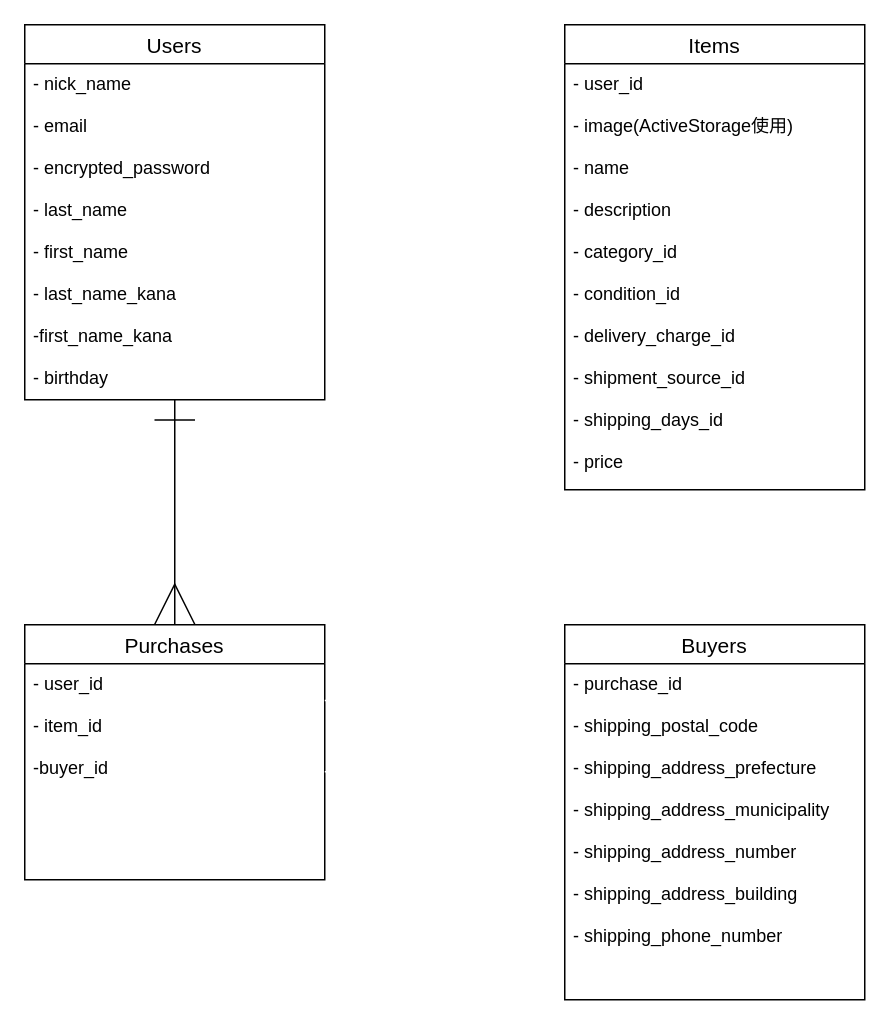
This is furima-34745.dio from saotome88/furima-34745, a draw.io file, before an edit. Source tidied: cells renumbered, new cells numbered last; positions are measured from the earlier drawing's top-left corner, leaving out a move shared by most shapes. Both pictures are drawn from the tidied source at 150%, with x=0, y=0 at pixel (24, 24).
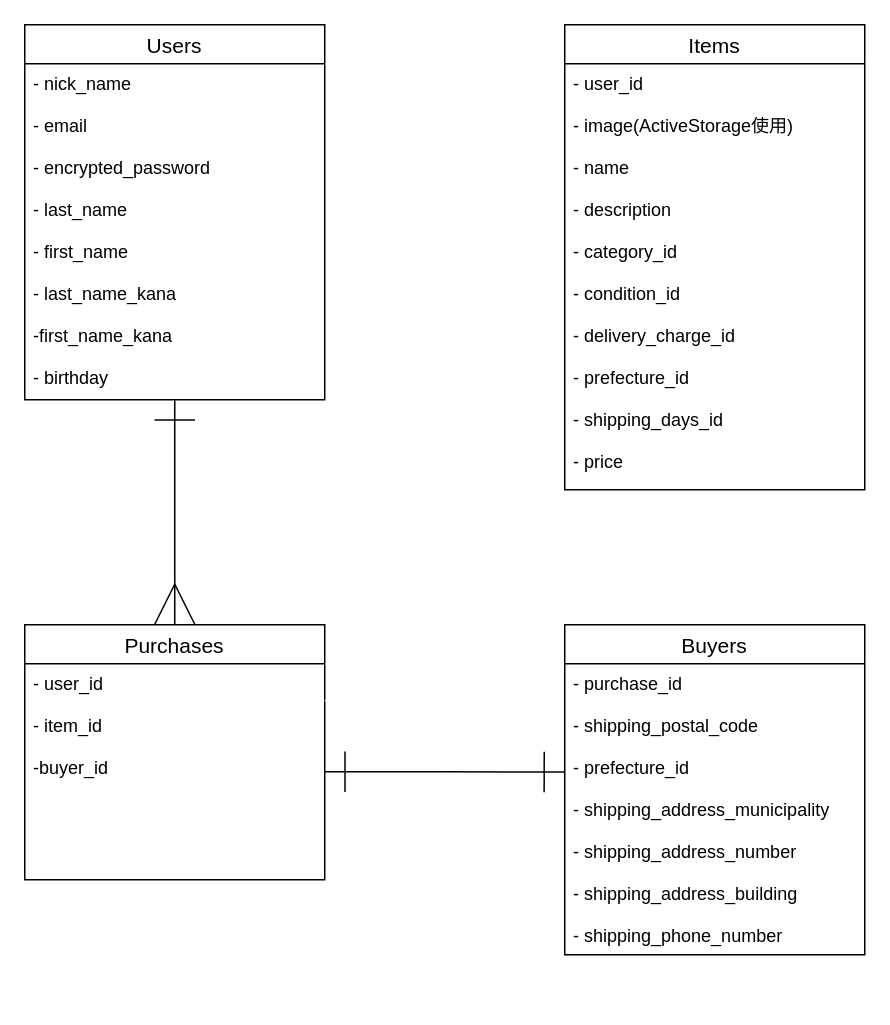
Above is the later version.

Commit message (it also covers changes not shown here):
データベース設計_修正2

What changed in the source:
```diff
@@
 <mxGraphModel>
   <root>
     <mxCell id="0" />
     <mxCell id="1" parent="0" />
     <mxCell id="2" style="edgeStyle=orthogonalEdgeStyle;rounded=0;jettySize=auto;html=1;exitX=-0.01;exitY=0.265;exitDx=0;exitDy=0;entryX=1.015;entryY=0.332;entryDx=0;entryDy=0;entryPerimeter=0;exitPerimeter=0;strokeWidth=1;endArrow=ERone;endFill=0;jumpSize=6;strokeColor=#FFFFFF;endSize=25;startSize=25;startArrow=ERmany;startFill=0;" parent="1" edge="1" source="4" target="11">
       <mxGeometry relative="1" as="geometry" />
     </mxCell>
     <mxCell id="3" value="Items" style="swimlane;fontStyle=0;horizontal=1;startSize=26;align=center;fontSize=14;" parent="1" vertex="1">
       <mxGeometry x="360" width="200" height="310" as="geometry" />
     </mxCell>
-    <mxCell id="4" value="- user_id&#10;&#10;- image(ActiveStorage使用)&#10;&#10;- name&#10;&#10;- description&#10;&#10;- category_id&#10;&#10;- condition_id&#10;&#10;- delivery_charge_id&#10;&#10;- shipment_source_id&#10;&#10;- shipping_days_id&#10;&#10;- price" style="text;strokeColor=none;fillColor=none;spacingLeft=4;spacingRight=4;overflow=hidden;points=[[0,0.5],[1,0.5]];portConstraint=eastwest;fontSize=12;" parent="3" vertex="1">
+    <mxCell id="4" value="- user_id&#10;&#10;- image(ActiveStorage使用)&#10;&#10;- name&#10;&#10;- description&#10;&#10;- category_id&#10;&#10;- condition_id&#10;&#10;- delivery_charge_id&#10;&#10;- prefecture_id&#10;&#10;- shipping_days_id&#10;&#10;- price" style="text;strokeColor=none;fillColor=none;spacingLeft=4;spacingRight=4;overflow=hidden;points=[[0,0.5],[1,0.5]];portConstraint=eastwest;fontSize=12;" parent="3" vertex="1">
       <mxGeometry y="26" width="200" height="284" as="geometry" />
     </mxCell>
     <mxCell id="5" value="Purchases" style="swimlane;fontStyle=0;horizontal=1;startSize=26;align=center;fontSize=14;" parent="1" vertex="1">
       <mxGeometry y="400" width="200" height="170" as="geometry" />
     </mxCell>
     <mxCell id="6" value="- user_id&#10;&#10;- item_id&#10;&#10;-buyer_id" style="text;strokeColor=none;fillColor=none;spacingLeft=4;spacingRight=4;overflow=hidden;points=[[0,0.5],[1,0.5]];portConstraint=eastwest;fontSize=12;" parent="5" vertex="1">
       <mxGeometry y="26" width="200" height="144" as="geometry" />
     </mxCell>
     <mxCell id="7" style="edgeStyle=orthogonalEdgeStyle;rounded=0;jettySize=auto;html=1;entryX=0.5;entryY=0;entryDx=0;entryDy=0;endArrow=ERmany;endFill=0;startArrow=ERone;startFill=0;endSize=25;startSize=25;" parent="1" edge="1" source="8" target="5">
       <mxGeometry relative="1" as="geometry" />
     </mxCell>
     <mxCell id="8" value="Users" style="swimlane;fontStyle=0;horizontal=1;startSize=26;align=center;fontSize=14;" parent="1" vertex="1">
       <mxGeometry width="200" height="250" as="geometry" />
     </mxCell>
     <mxCell id="9" value="Buyers" style="swimlane;fontStyle=0;horizontal=1;startSize=26;align=center;fontSize=14;" parent="1" vertex="1">
-      <mxGeometry x="360" y="400" width="200" height="250" as="geometry" />
+      <mxGeometry x="360" y="400" width="200" height="220" as="geometry" />
     </mxCell>
-    <mxCell id="10" value="- purchase_id&#10;&#10;- shipping_postal_code&#10;&#10;- shipping_address_prefecture&#10;&#10;- shipping_address_municipality&#10;&#10;- shipping_address_number&#10;&#10;- shipping_address_building&#10;&#10;- shipping_phone_number" style="text;strokeColor=none;fillColor=none;spacingLeft=4;spacingRight=4;overflow=hidden;points=[[0,0.5],[1,0.5]];portConstraint=eastwest;fontSize=12;" parent="9" vertex="1">
-      <mxGeometry y="26" width="200" height="224" as="geometry" />
+    <mxCell id="10" value="- purchase_id&#10;&#10;- shipping_postal_code&#10;&#10;- prefecture_id&#10;&#10;- shipping_address_municipality&#10;&#10;- shipping_address_number&#10;&#10;- shipping_address_building&#10;&#10;- shipping_phone_number" style="text;strokeColor=none;fillColor=none;spacingLeft=4;spacingRight=4;overflow=hidden;points=[[0,0.5],[1,0.5]];portConstraint=eastwest;fontSize=12;" parent="9" vertex="1">
+      <mxGeometry y="26" width="200" height="194" as="geometry" />
     </mxCell>
     <mxCell id="11" value="- nick_name&#10;&#10;- email&#10;&#10;- encrypted_password&#10;&#10;- last_name&#10;&#10;- first_name&#10;&#10;- last_name_kana&#10;&#10;-first_name_kana&#10;&#10;- birthday" style="text;strokeColor=none;fillColor=none;spacingLeft=4;spacingRight=4;overflow=hidden;points=[[0,0.5],[1,0.5]];portConstraint=eastwest;fontSize=12;" parent="1" vertex="1">
       <mxGeometry y="26" width="200" height="224" as="geometry" />
     </mxCell>
+    <mxCell id="13" style="edgeStyle=orthogonalEdgeStyle;rounded=0;jumpSize=6;jettySize=auto;html=1;exitX=1;exitY=0.5;exitDx=0;exitDy=0;entryX=0.51;entryY=1.008;entryDx=0;entryDy=0;entryPerimeter=0;startArrow=ERone;startFill=0;startSize=25;endArrow=ERone;endFill=0;endSize=25;strokeColor=#FFFFFF;strokeWidth=1;" parent="1" edge="1" target="4">
+      <mxGeometry relative="1" as="geometry">
+        <mxPoint x="200" y="450.5" as="sourcePoint" />
+        <Array as="points">
+          <mxPoint x="240" y="451" />
+          <mxPoint x="240" y="380" />
+          <mxPoint x="462" y="380" />
+        </Array>
+      </mxGeometry>
+    </mxCell>
-    <mxCell id="12" style="edgeStyle=orthogonalEdgeStyle;rounded=0;jumpSize=6;jettySize=auto;html=1;exitX=1;exitY=0.5;exitDx=0;exitDy=0;entryX=-0.015;entryY=0.319;entryDx=0;entryDy=0;entryPerimeter=0;startArrow=ERone;startFill=0;startSize=25;endArrow=ERone;endFill=0;endSize=25;strokeColor=#FFFFFF;strokeWidth=1;" parent="1" edge="1" source="6" target="10">
+    <mxCell id="12" style="edgeStyle=orthogonalEdgeStyle;rounded=0;jettySize=auto;html=1;exitX=1;exitY=0.5;exitDx=0;exitDy=0;entryX=-0.001;entryY=0.372;entryDx=0;entryDy=0;entryPerimeter=0;endSize=25;startSize=25;endArrow=ERone;endFill=0;startArrow=ERone;startFill=0;" parent="1" edge="1" source="6" target="10">
       <mxGeometry relative="1" as="geometry" />
     </mxCell>
-    <mxCell id="13" style="edgeStyle=orthogonalEdgeStyle;rounded=0;jumpSize=6;jettySize=auto;html=1;exitX=1;exitY=0.5;exitDx=0;exitDy=0;entryX=0.51;entryY=1.008;entryDx=0;entryDy=0;entryPerimeter=0;startArrow=ERone;startFill=0;startSize=25;endArrow=ERone;endFill=0;endSize=25;strokeColor=#FFFFFF;strokeWidth=1;" parent="1" edge="1" target="4">
-      <mxGeometry relative="1" as="geometry">
-        <mxPoint x="200" y="450.5" as="sourcePoint" />
-        <Array as="points">
-          <mxPoint x="240" y="451" />
-          <mxPoint x="240" y="380" />
-          <mxPoint x="462" y="380" />
-        </Array>
-      </mxGeometry>
-    </mxCell>
   </root>
 </mxGraphModel>
```
